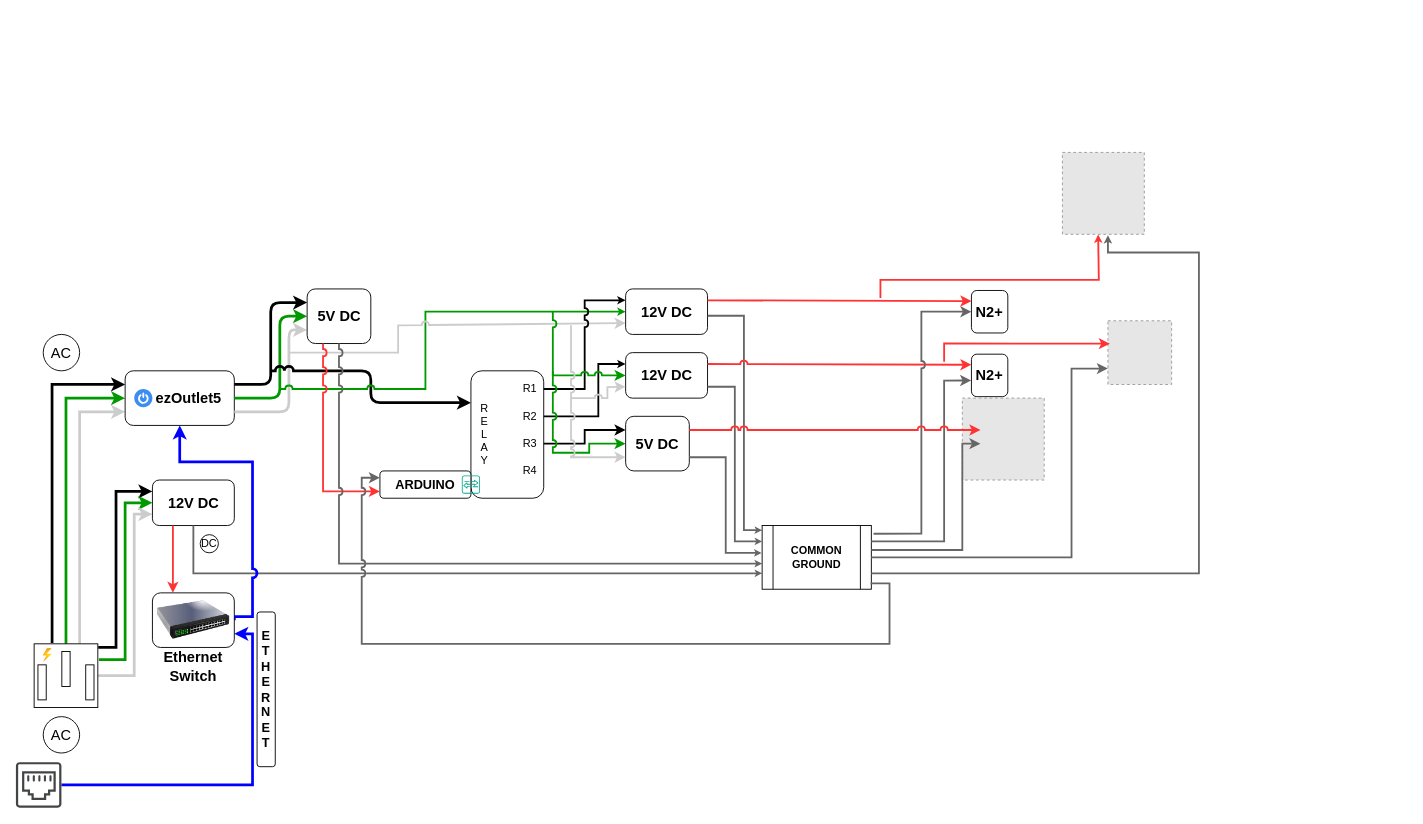
The draw.io diagram res/canopyPowerDiagram.drawio in mi3nts/canopy, before the edit. Source tidied: cells renumbered, new cells numbered last; positions are measured from the earlier drawing's top-left corner, leaving out a move shared by most shapes. Both pictures are drawn from the tidied source at 91%, with x=0, y=0 at pixel (15, 152). Pictures stored in the file or linked from it are replaced by grey dashed boxes.
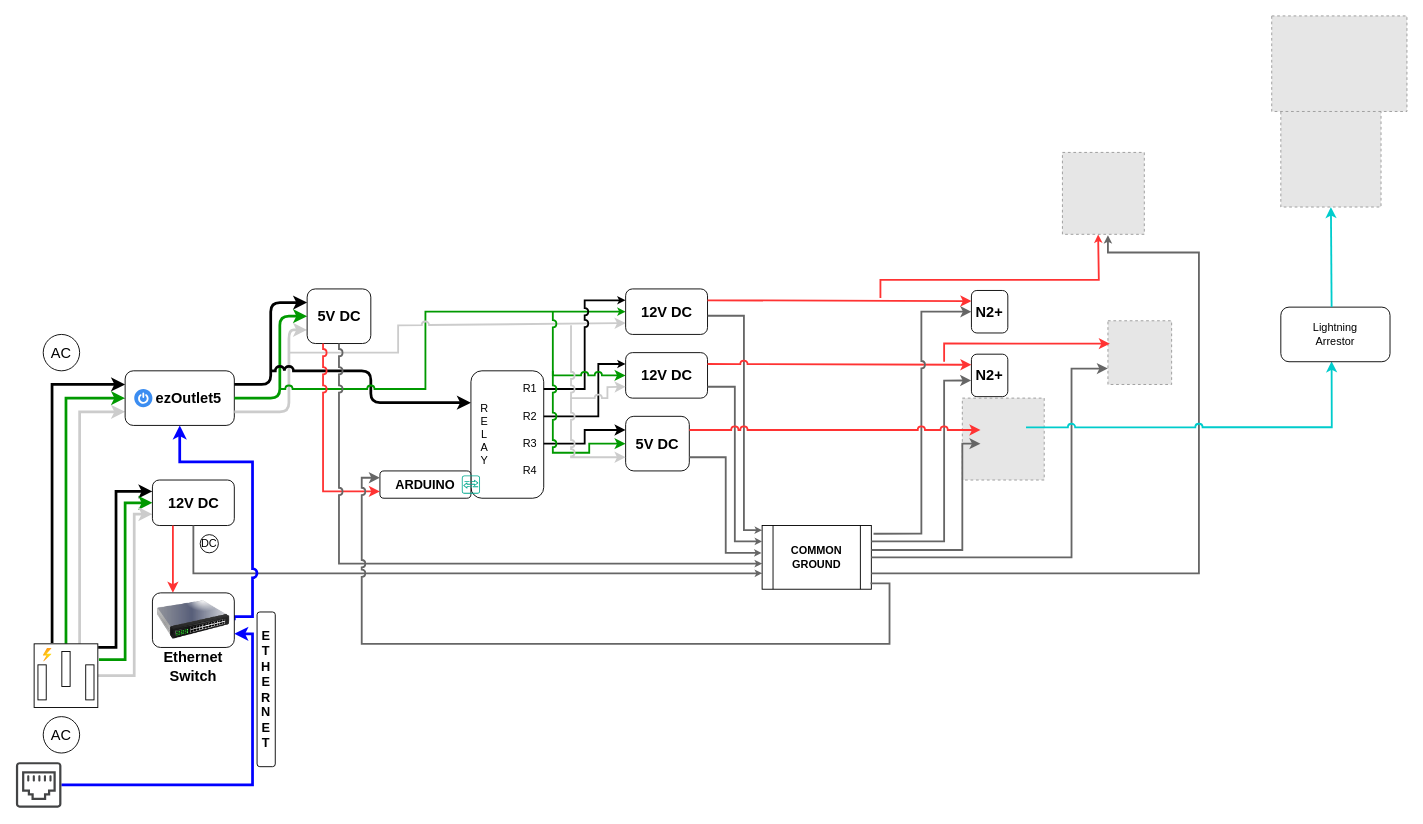
The same diagram, later.

Diff of the diagram source:
```diff
@@
+    <mxCell id="106" style="group;" parent="1" vertex="1">
+      <mxGeometry x="1380" y="-150" width="148.6" height="210" as="geometry" />
+    </mxCell>
+    <mxCell id="107" style="fillColor=#E6E6E6;strokeColor=#999999;dashed=1;verticalLabelPosition=bottom;verticalAlign=top;" parent="106" vertex="1">
+      <mxGeometry x="10" y="70" width="110.1" height="140" as="geometry" />
+    </mxCell>
+    <mxCell id="108" style="fillColor=#E6E6E6;strokeColor=#999999;dashed=1;verticalLabelPosition=bottom;verticalAlign=top;" parent="106" vertex="1">
+      <mxGeometry width="148.6" height="105" as="geometry" />
+    </mxCell>
+    <mxCell id="109" style="endArrow=classic;html=1;rounded=0;strokeColor=#00CCCC;strokeWidth=2;flowAnimation=1;jumpStyle=arc;entryX=0.465;entryY=0.992;entryDx=0;entryDy=0;entryPerimeter=0;" parent="1" edge="1" target="111">
+      <mxGeometry relative="1" as="geometry">
+        <mxPoint x="1110" y="302.1" as="sourcePoint" />
+        <Array as="points">
+          <mxPoint x="1446" y="302" />
+        </Array>
+      </mxGeometry>
+    </mxCell>
+    <mxCell id="110" style="group;" parent="1" vertex="1">
+      <mxGeometry x="1390" y="170" width="120" height="60" as="geometry" />
+    </mxCell>
+    <mxCell id="111" style="rounded=1;whiteSpace=wrap;html=1;" parent="110" vertex="1">
+      <mxGeometry width="120" height="60" as="geometry" />
+    </mxCell>
+    <mxCell id="112" value="Lightning Arrestor" style="text;html=1;align=center;verticalAlign=middle;whiteSpace=wrap;rounded=0;" parent="110" vertex="1">
+      <mxGeometry x="30" y="15" width="60" height="30" as="geometry" />
+    </mxCell>
+    <mxCell id="113" style="endArrow=classic;html=1;rounded=0;strokeWidth=2;strokeColor=#00CCCC;flowAnimation=1;jumpStyle=arc;exitX=0.465;exitY=-0.001;exitDx=0;exitDy=0;exitPerimeter=0;entryX=0.5;entryY=1;entryDx=0;entryDy=0;" parent="1" edge="1" source="111" target="107">
+      <mxGeometry relative="1" as="geometry" />
+    </mxCell>
```
